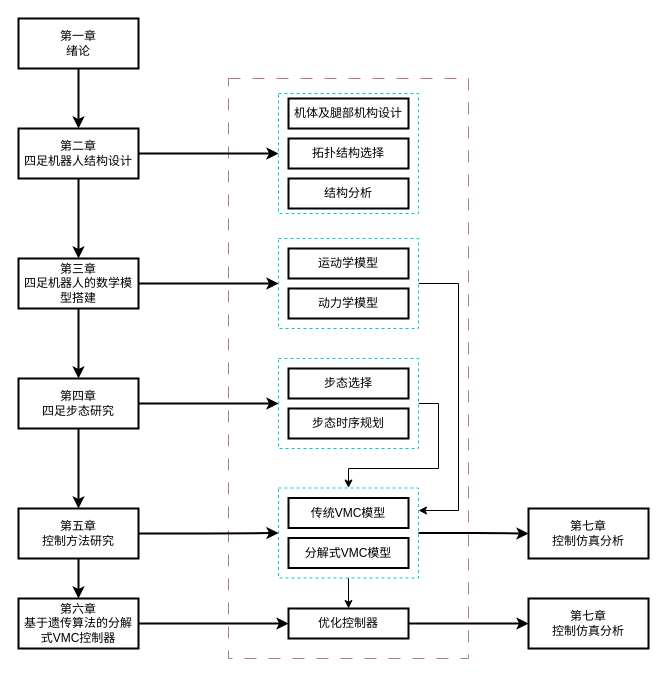
The draw.io diagram 工作流程.drawio in chiguaren3/Development-Board-C-Examples, before the edit. Source tidied: cells renumbered, new cells numbered last; positions are measured from the earlier drawing's top-left corner, leaving out a move shared by most shapes. Both pictures are drawn from the tidied source at 100%, with x=0, y=0 at pixel (18, 18).
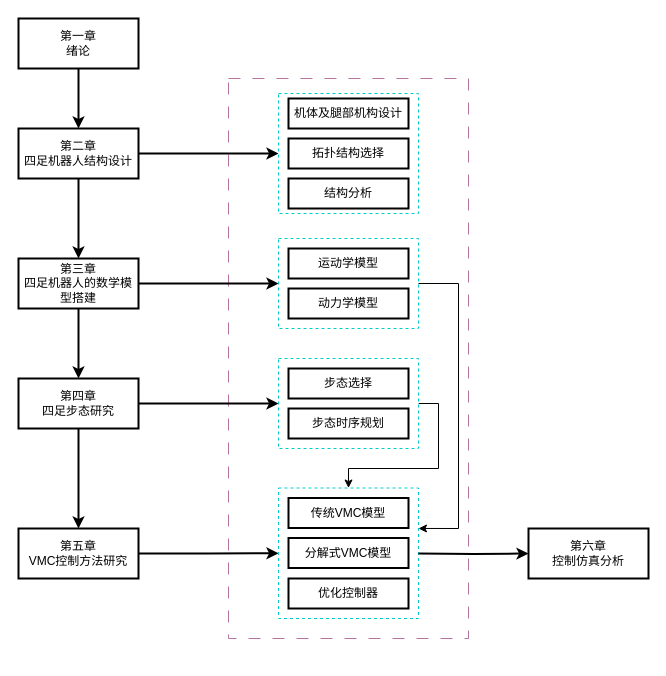
The same diagram, later.

Commit message:
更新工作流程.drawio

Unchanged cells that the change refers to:
```xml
<mxCell id="27" style="rounded=0;whiteSpace=wrap;html=1;strokeColor=#00CCCC;dashed=1;" parent="1" vertex="1">
  <mxGeometry x="260" y="340" width="140" height="90" as="geometry" />
</mxCell>
<mxCell id="29" style="rounded=0;whiteSpace=wrap;html=1;strokeColor=#00CCCC;dashed=1;" parent="1" vertex="1">
  <mxGeometry x="260" y="220" width="140" height="90" as="geometry" />
</mxCell>
```

Diff of the diagram source:
```diff
@@
     <mxCell id="2" style="rounded=0;whiteSpace=wrap;html=1;strokeColor=#B5739D;dashed=1;dashPattern=12 12;" parent="1" vertex="1">
-      <mxGeometry x="210" y="60" width="240" height="580" as="geometry" />
+      <mxGeometry x="210" y="60" width="240" height="560" as="geometry" />
     </mxCell>
@@
-    <mxCell id="14" style="edgeStyle=orthogonalEdgeStyle;rounded=0;jettySize=auto;html=1;exitX=0.5;exitY=1;exitDx=0;exitDy=0;entryX=0.5;entryY=0;entryDx=0;entryDy=0;strokeWidth=2;" parent="1" edge="1" source="16" target="18">
-      <mxGeometry relative="1" as="geometry" />
-    </mxCell>
@@
-    <mxCell id="16" value="第五章&lt;div&gt;控制方法研究&lt;/div&gt;" style="rounded=0;whiteSpace=wrap;html=1;strokeWidth=2;" parent="1" vertex="1">
-      <mxGeometry y="490" width="120" height="50" as="geometry" />
+    <mxCell id="16" value="第五章&lt;div&gt;VMC控制方法研究&lt;/div&gt;" style="rounded=0;whiteSpace=wrap;html=1;strokeWidth=2;" parent="1" vertex="1">
+      <mxGeometry y="510" width="120" height="50" as="geometry" />
     </mxCell>
-    <mxCell id="17" style="edgeStyle=orthogonalEdgeStyle;rounded=0;jettySize=auto;html=1;exitX=1;exitY=0.5;exitDx=0;exitDy=0;strokeWidth=2;" parent="1" edge="1" source="18" target="22">
-      <mxGeometry relative="1" as="geometry" />
-    </mxCell>
-    <mxCell id="18" value="第六章&lt;div&gt;基于遗传算法的分解式VMC控制器&lt;/div&gt;" style="rounded=0;whiteSpace=wrap;html=1;strokeWidth=2;" parent="1" vertex="1">
-      <mxGeometry y="580" width="120" height="50" as="geometry" />
-    </mxCell>
-    <mxCell id="19" value="&lt;div&gt;第七章&lt;/div&gt;控制仿真分析" style="rounded=0;whiteSpace=wrap;html=1;strokeWidth=2;" parent="1" vertex="1">
-      <mxGeometry x="510" y="580" width="120" height="50" as="geometry" />
-    </mxCell>
@@
-    <mxCell id="21" style="edgeStyle=orthogonalEdgeStyle;rounded=0;jettySize=auto;html=1;exitX=1;exitY=0.5;exitDx=0;exitDy=0;entryX=0;entryY=0.5;entryDx=0;entryDy=0;strokeWidth=2;" parent="1" edge="1" source="22" target="19">
-      <mxGeometry relative="1" as="geometry" />
-    </mxCell>
-    <mxCell id="22" value="优化控制器" style="rounded=0;whiteSpace=wrap;html=1;strokeWidth=2;" parent="1" vertex="1">
-      <mxGeometry x="270" y="590" width="120" height="30" as="geometry" />
-    </mxCell>
@@
-    <mxCell id="26" style="edgeStyle=orthogonalEdgeStyle;rounded=0;jettySize=auto;html=1;exitX=1;exitY=0.5;exitDx=0;exitDy=0;entryX=0.5;entryY=0;entryDx=0;entryDy=0;" parent="1" edge="1" source="27" target="35">
+    <mxCell id="26" style="edgeStyle=orthogonalEdgeStyle;rounded=0;jettySize=auto;html=1;exitX=1;exitY=0.5;exitDx=0;exitDy=0;" parent="1" edge="1" source="27" target="35">
       <mxGeometry relative="1" as="geometry" />
     </mxCell>
@@
-    <mxCell id="28" style="edgeStyle=orthogonalEdgeStyle;rounded=0;jettySize=auto;html=1;exitX=1;exitY=0.5;exitDx=0;exitDy=0;entryX=1;entryY=0.25;entryDx=0;entryDy=0;" parent="1" edge="1" source="29" target="35">
-      <mxGeometry relative="1" as="geometry">
-        <Array as="points">
-          <mxPoint x="440" y="265" />
-          <mxPoint x="440" y="492" />
-        </Array>
-      </mxGeometry>
-    </mxCell>
@@
+    <mxCell id="35" style="rounded=0;whiteSpace=wrap;html=1;strokeColor=#00CCCC;dashed=1;" parent="1" vertex="1">
+      <mxGeometry x="260" y="469.5" width="140" height="130.5" as="geometry" />
+    </mxCell>
@@
-    <mxCell id="34" style="edgeStyle=orthogonalEdgeStyle;rounded=0;jettySize=auto;html=1;exitX=0.5;exitY=1;exitDx=0;exitDy=0;" parent="1" edge="1" source="35" target="22">
-      <mxGeometry relative="1" as="geometry" />
-    </mxCell>
-    <mxCell id="35" style="rounded=0;whiteSpace=wrap;html=1;strokeColor=#00CCCC;dashed=1;" parent="1" vertex="1">
-      <mxGeometry x="260" y="469.5" width="140" height="90" as="geometry" />
-    </mxCell>
@@
+    <mxCell id="40" style="edgeStyle=orthogonalEdgeStyle;rounded=0;jettySize=auto;html=1;entryX=0;entryY=0.5;entryDx=0;entryDy=0;strokeWidth=2;" parent="1" edge="1" target="38">
+      <mxGeometry relative="1" as="geometry">
+        <mxPoint x="400" y="535" as="sourcePoint" />
+      </mxGeometry>
+    </mxCell>
@@
-    <mxCell id="38" value="&lt;div&gt;第七章&lt;/div&gt;控制仿真分析&lt;div&gt;&lt;/div&gt;" style="rounded=0;whiteSpace=wrap;html=1;strokeWidth=2;" parent="1" vertex="1">
-      <mxGeometry x="510" y="490" width="120" height="50" as="geometry" />
+    <mxCell id="38" value="&lt;div&gt;第六章&lt;/div&gt;控制仿真分析&lt;div&gt;&lt;/div&gt;" style="rounded=0;whiteSpace=wrap;html=1;strokeWidth=2;" parent="1" vertex="1">
+      <mxGeometry x="510" y="510" width="120" height="50" as="geometry" />
     </mxCell>
-    <mxCell id="39" style="edgeStyle=orthogonalEdgeStyle;rounded=0;jettySize=auto;html=1;exitX=1;exitY=0.5;exitDx=0;exitDy=0;entryX=0;entryY=0.5;entryDx=0;entryDy=0;strokeWidth=2;" parent="1" edge="1" source="35" target="38">
-      <mxGeometry relative="1" as="geometry">
-        <Array as="points">
-          <mxPoint x="455" y="515" />
-          <mxPoint x="520" y="515" />
-        </Array>
-      </mxGeometry>
-    </mxCell>
+    <mxCell id="22" value="优化控制器" style="rounded=0;whiteSpace=wrap;html=1;strokeWidth=2;" parent="1" vertex="1">
+      <mxGeometry x="270" y="560" width="120" height="30" as="geometry" />
+    </mxCell>
+    <mxCell id="28" style="edgeStyle=orthogonalEdgeStyle;rounded=0;jettySize=auto;html=1;exitX=1;exitY=0.5;exitDx=0;exitDy=0;entryX=1;entryY=0.31;entryDx=0;entryDy=0;entryPerimeter=0;" parent="1" edge="1" source="29" target="35">
+      <mxGeometry relative="1" as="geometry">
+        <Array as="points">
+          <mxPoint x="440" y="265" />
+          <mxPoint x="440" y="510" />
+        </Array>
+      </mxGeometry>
+    </mxCell>
```
